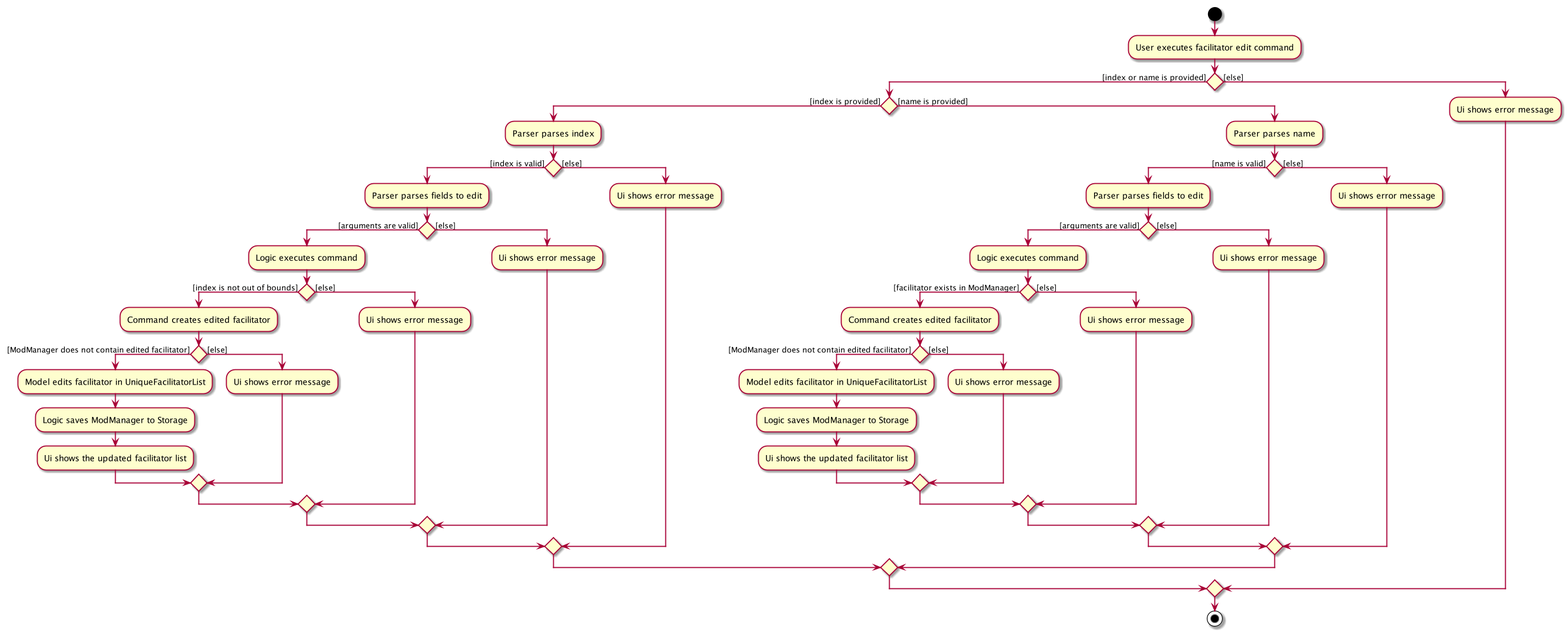
zixinn/main keeps this PlantUML diagram as docs/images/FacilitatorEditActivityDiagram.png. Above is the earlier version.
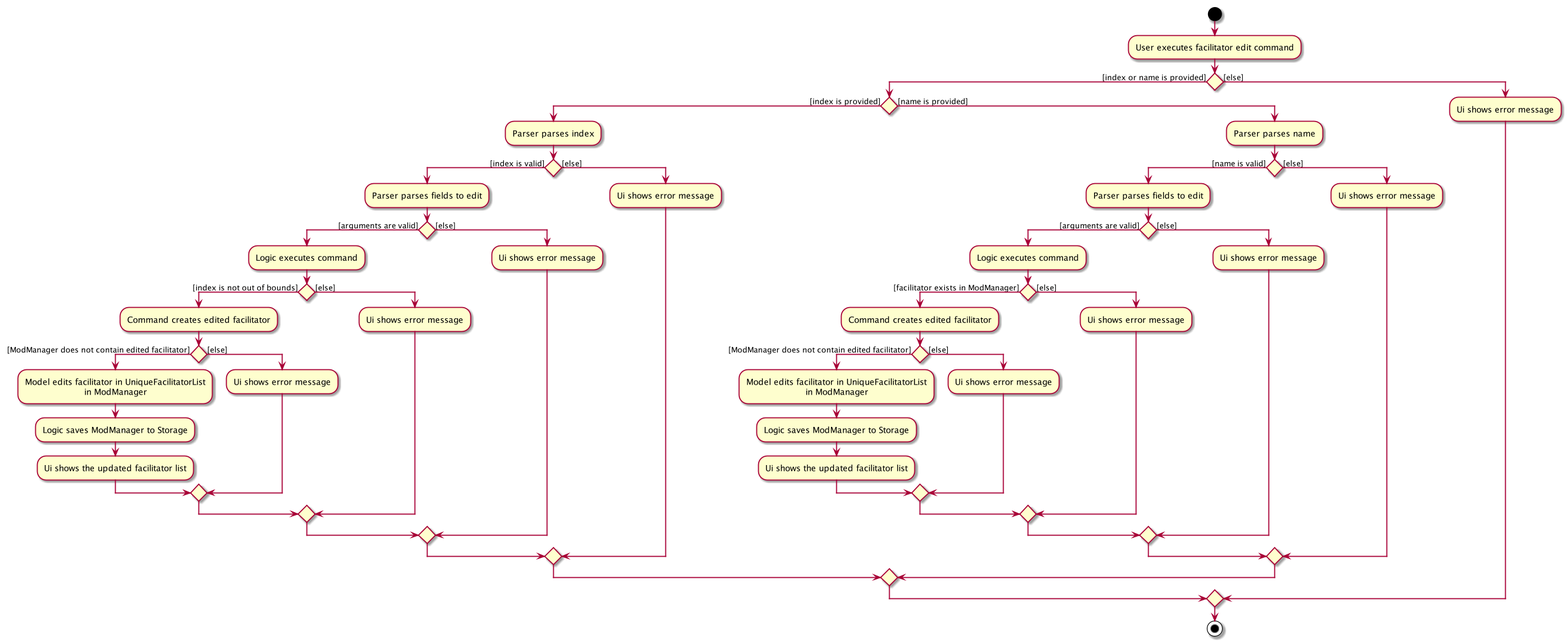
After the change.

Change to the diagram source:
```diff
@@ -11,7 +11,8 @@
                 if () then ([index is not out of bounds])
                     :Command creates edited facilitator;
                     if () then ([ModManager does not contain edited facilitator])
-                        :Model edits facilitator in UniqueFacilitatorList;
+                        :Model edits facilitator in UniqueFacilitatorList
+                                             in ModManager;
                         :Logic saves ModManager to Storage;
                         :Ui shows the updated facilitator list;
                     else ([else])
@@ -35,7 +36,8 @@
                 if () then ([facilitator exists in ModManager])
                     :Command creates edited facilitator;
                     if () then ([ModManager does not contain edited facilitator])
-                        :Model edits facilitator in UniqueFacilitatorList;
+                        :Model edits facilitator in UniqueFacilitatorList
+                                             in ModManager;
                         :Logic saves ModManager to Storage;
                         :Ui shows the updated facilitator list;
                     else ([else])
```
